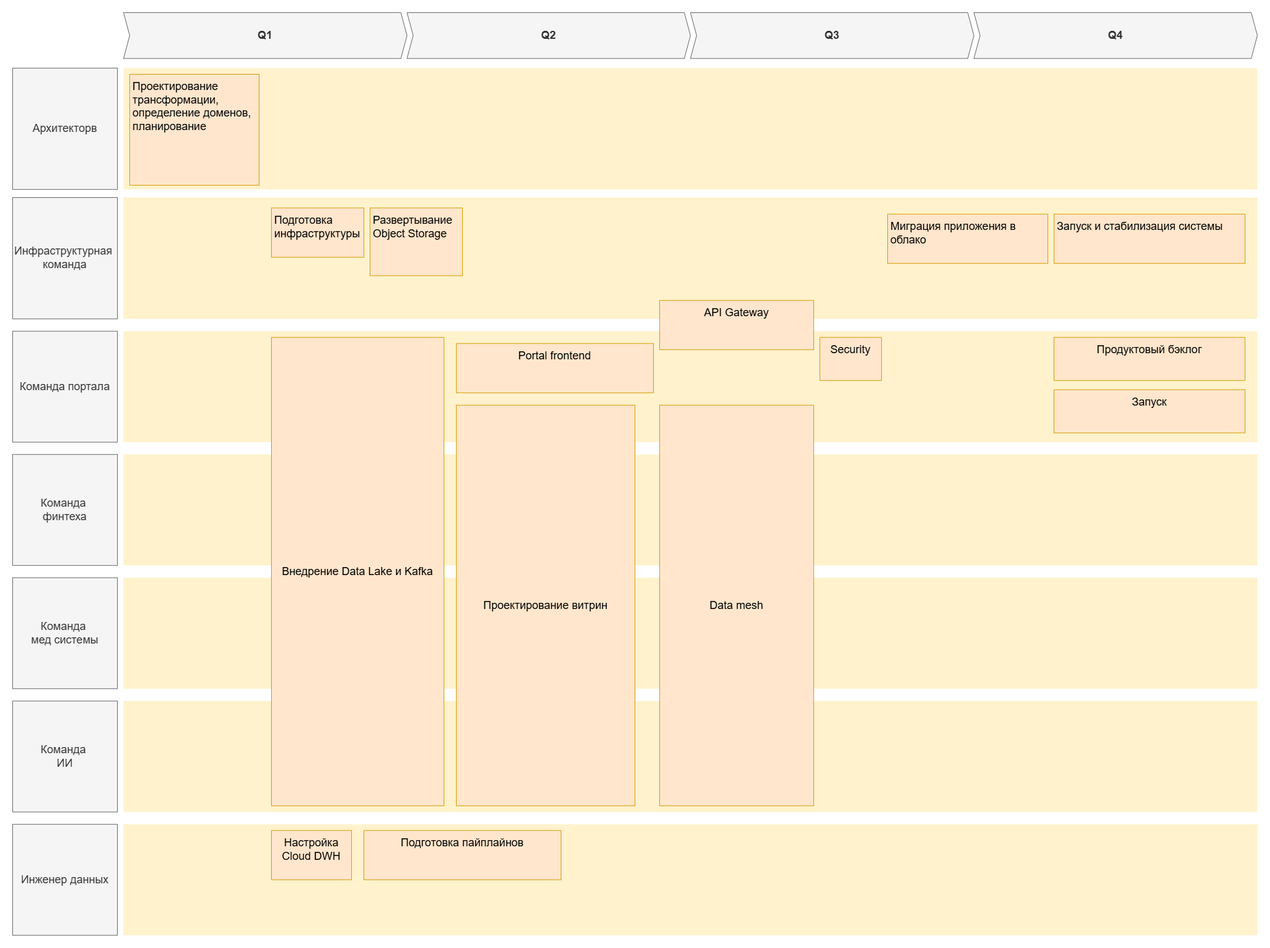
Above: Task3/Roadmap.png in Shershukov/architecture-future_2_0 (draw.io), before the change. Source tidied: cells renumbered, new cells last; positions are measured from the earlier drawing's top-left corner, leaving out a move shared by most shapes.
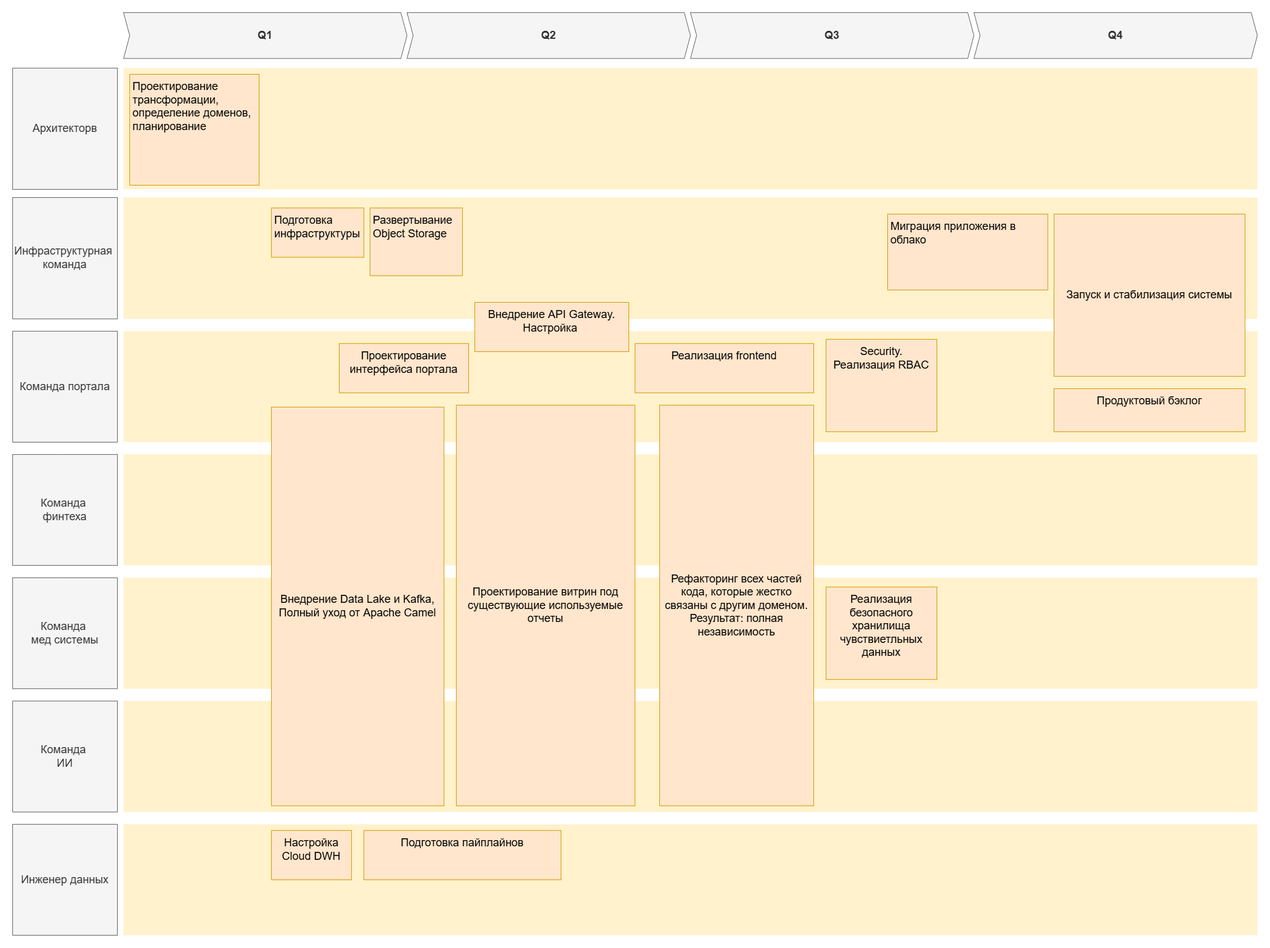
The same diagram one commit later.

Commit message:
исправление замечаний. добавлен скрин результат terraform apply

Diff of the diagram source:
```diff
@@ -35,8 +35,8 @@
     <mxCell id="12" value="Q2" style="shape=step;perimeter=stepPerimeter;whiteSpace=wrap;html=1;fixedSize=1;size=10;fillColor=#f5f5f5;strokeColor=#666666;fontSize=18;fontStyle=1;align=center;rounded=0;fontColor=#333333;" parent="1" vertex="1">
       <mxGeometry x="640" width="460" height="74.4" as="geometry" />
     </mxCell>
-    <mxCell id="13" value="API Gateway" style="shape=rect;fillColor=#ffe6cc;strokeColor=#d79b00;fontSize=18;html=1;whiteSpace=wrap;align=center;verticalAlign=top;spacing=5;rounded=0;" parent="1" vertex="1">
-      <mxGeometry x="1050" y="466.8" width="250" height="80" as="geometry" />
+    <mxCell id="13" value="Внедрение API Gateway. Настройка&amp;nbsp;" style="shape=rect;fillColor=#ffe6cc;strokeColor=#d79b00;fontSize=18;html=1;whiteSpace=wrap;align=center;verticalAlign=top;spacing=5;rounded=0;" parent="1" vertex="1">
+      <mxGeometry x="750" y="470" width="250" height="80" as="geometry" />
     </mxCell>
     <mxCell id="14" value="Q1" style="shape=step;perimeter=stepPerimeter;whiteSpace=wrap;html=1;fixedSize=1;size=10;fillColor=#f5f5f5;strokeColor=#666666;fontSize=18;fontStyle=1;align=center;rounded=0;fontColor=#333333;" parent="1" vertex="1">
       <mxGeometry x="180" width="460" height="74.4" as="geometry" />
@@ -48,10 +48,10 @@
       <mxGeometry x="1560" width="460" height="74.4" as="geometry" />
     </mxCell>
     <mxCell id="17" value="Миграция приложения в облако" style="shape=rect;fillColor=#ffe6cc;strokeColor=#d79b00;fontSize=18;html=1;whiteSpace=wrap;align=left;verticalAlign=top;spacing=5;rounded=0;" parent="1" vertex="1">
-      <mxGeometry x="1420" y="326.8" width="260" height="80" as="geometry" />
+      <mxGeometry x="1420" y="326.8" width="260" height="123.2" as="geometry" />
     </mxCell>
-    <mxCell id="18" value="Запуск и стабилизация системы" style="shape=rect;fillColor=#ffe6cc;strokeColor=#d79b00;fontSize=18;html=1;whiteSpace=wrap;align=left;verticalAlign=top;spacing=5;rounded=0;" parent="1" vertex="1">
-      <mxGeometry x="1690" y="326.8" width="310" height="80" as="geometry" />
+    <mxCell id="18" value="Запуск и стабилизация системы" style="shape=rect;fillColor=#ffe6cc;strokeColor=#d79b00;fontSize=18;html=1;whiteSpace=wrap;align=center;verticalAlign=middle;spacing=5;rounded=0;" parent="1" vertex="1">
+      <mxGeometry x="1690" y="326.8" width="310" height="263.2" as="geometry" />
     </mxCell>
     <mxCell id="19" style="shape=rect;fillColor=#fff2cc;strokeColor=none;fontSize=24;html=1;whiteSpace=wrap;align=left;verticalAlign=top;spacing=5;rounded=0;" parent="1" vertex="1">
       <mxGeometry x="180" y="1316.8" width="1840" height="180" as="geometry" />
@@ -62,24 +62,21 @@
     <mxCell id="21" value="Подготовка пайплайнов" style="shape=rect;fillColor=#ffe6cc;strokeColor=#d79b00;fontSize=18;html=1;whiteSpace=wrap;align=center;verticalAlign=top;spacing=5;rounded=0;" parent="1" vertex="1">
       <mxGeometry x="570" y="1326.8" width="320" height="80" as="geometry" />
     </mxCell>
-    <mxCell id="22" value="Portal frontend" style="shape=rect;fillColor=#ffe6cc;strokeColor=#d79b00;fontSize=18;html=1;whiteSpace=wrap;align=center;verticalAlign=top;spacing=5;rounded=0;" parent="1" vertex="1">
-      <mxGeometry x="720" y="536.8" width="320" height="80" as="geometry" />
+    <mxCell id="22" value="Реализация frontend" style="shape=rect;fillColor=#ffe6cc;strokeColor=#d79b00;fontSize=18;html=1;whiteSpace=wrap;align=center;verticalAlign=top;spacing=5;rounded=0;" parent="1" vertex="1">
+      <mxGeometry x="1010" y="536.8" width="290" height="80" as="geometry" />
     </mxCell>
-    <mxCell id="23" value="Внедрение Data Lake и Kafka" style="shape=rect;fillColor=#ffe6cc;strokeColor=#d79b00;fontSize=18;html=1;whiteSpace=wrap;align=center;verticalAlign=middle;spacing=5;rounded=0;" parent="1" vertex="1">
-      <mxGeometry x="420" y="526.8" width="280" height="760" as="geometry" />
+    <mxCell id="23" value="Внедрение Data Lake и Kafka, Полный уход от Apache Camel" style="shape=rect;fillColor=#ffe6cc;strokeColor=#d79b00;fontSize=18;html=1;whiteSpace=wrap;align=center;verticalAlign=middle;spacing=5;rounded=0;" parent="1" vertex="1">
+      <mxGeometry x="420" y="640" width="280" height="646.8" as="geometry" />
     </mxCell>
-    <mxCell id="24" value="Проектирование витрин" style="shape=rect;fillColor=#ffe6cc;strokeColor=#d79b00;fontSize=18;html=1;whiteSpace=wrap;align=center;verticalAlign=middle;spacing=5;rounded=0;" parent="1" vertex="1">
+    <mxCell id="24" value="Проектирование витрин под существующие используемые отчеты" style="shape=rect;fillColor=#ffe6cc;strokeColor=#d79b00;fontSize=18;html=1;whiteSpace=wrap;align=center;verticalAlign=middle;spacing=5;rounded=0;" parent="1" vertex="1">
       <mxGeometry x="720" y="636.8" width="290" height="650" as="geometry" />
     </mxCell>
-    <mxCell id="25" value="Security" style="shape=rect;fillColor=#ffe6cc;strokeColor=#d79b00;fontSize=18;html=1;whiteSpace=wrap;align=center;verticalAlign=top;spacing=5;rounded=0;" parent="1" vertex="1">
-      <mxGeometry x="1310" y="526.8" width="100" height="70" as="geometry" />
+    <mxCell id="25" value="Security. Реализация RBAC" style="shape=rect;fillColor=#ffe6cc;strokeColor=#d79b00;fontSize=18;html=1;whiteSpace=wrap;align=center;verticalAlign=top;spacing=5;rounded=0;" parent="1" vertex="1">
+      <mxGeometry x="1320" y="530" width="180" height="150" as="geometry" />
     </mxCell>
     <mxCell id="26" value="Продуктовый бэклог" style="shape=rect;fillColor=#ffe6cc;strokeColor=#d79b00;fontSize=18;html=1;whiteSpace=wrap;align=center;verticalAlign=top;spacing=5;rounded=0;" parent="1" vertex="1">
-      <mxGeometry x="1690" y="526.8" width="310" height="70" as="geometry" />
+      <mxGeometry x="1690" y="610" width="310" height="70" as="geometry" />
     </mxCell>
-    <mxCell id="27" value="Запуск" style="shape=rect;fillColor=#ffe6cc;strokeColor=#d79b00;fontSize=18;html=1;whiteSpace=wrap;align=center;verticalAlign=top;spacing=5;rounded=0;" parent="1" vertex="1">
-      <mxGeometry x="1690" y="611.8" width="310" height="70" as="geometry" />
-    </mxCell>
     <mxCell id="28" value="Команда&amp;nbsp;&lt;div&gt;финтеха&lt;/div&gt;" style="rounded=0;whiteSpace=wrap;html=1;fillColor=#f5f5f5;fontColor=#333333;strokeColor=#666666;fontSize=18;" parent="1" vertex="1">
       <mxGeometry y="716.8" width="170" height="180" as="geometry" />
     </mxCell>
@@ -95,11 +92,17 @@
     <mxCell id="32" value="Команда&amp;nbsp;&lt;div&gt;ИИ&lt;/div&gt;" style="rounded=0;whiteSpace=wrap;html=1;fillColor=#f5f5f5;fontColor=#333333;strokeColor=#666666;fontSize=18;" parent="1" vertex="1">
       <mxGeometry y="1116.8" width="170" height="180" as="geometry" />
     </mxCell>
-    <mxCell id="33" value="Data mesh" style="shape=rect;fillColor=#ffe6cc;strokeColor=#d79b00;fontSize=18;html=1;whiteSpace=wrap;align=center;verticalAlign=middle;spacing=5;rounded=0;" parent="1" vertex="1">
+    <mxCell id="33" value="Рефакторинг всех частей кода, которые жестко связаны с другим доменом. Результат: полная независимость" style="shape=rect;fillColor=#ffe6cc;strokeColor=#d79b00;fontSize=18;html=1;whiteSpace=wrap;align=center;verticalAlign=middle;spacing=5;rounded=0;" parent="1" vertex="1">
       <mxGeometry x="1050" y="636.8" width="250" height="650" as="geometry" />
     </mxCell>
     <mxCell id="34" value="Проектирование трансформации, определение доменов, планирование" style="shape=rect;fillColor=#ffe6cc;strokeColor=#d79b00;fontSize=18;html=1;whiteSpace=wrap;align=left;verticalAlign=top;spacing=5;rounded=0;" parent="1" vertex="1">
       <mxGeometry x="190" y="100" width="210" height="180" as="geometry" />
     </mxCell>
+    <mxCell id="35" value="Проектирование интерфейса портала" style="shape=rect;fillColor=#ffe6cc;strokeColor=#d79b00;fontSize=18;html=1;whiteSpace=wrap;align=center;verticalAlign=top;spacing=5;rounded=0;" parent="1" vertex="1">
+      <mxGeometry x="530" y="536.8" width="210" height="80" as="geometry" />
+    </mxCell>
+    <mxCell id="36" value="Реализация безопасного хранилища чувствиетльных данных" style="shape=rect;fillColor=#ffe6cc;strokeColor=#d79b00;fontSize=18;html=1;whiteSpace=wrap;align=center;verticalAlign=top;spacing=5;rounded=0;" parent="1" vertex="1">
+      <mxGeometry x="1320" y="931.8" width="180" height="150" as="geometry" />
+    </mxCell>
   </root>
 </mxGraphModel>
```
